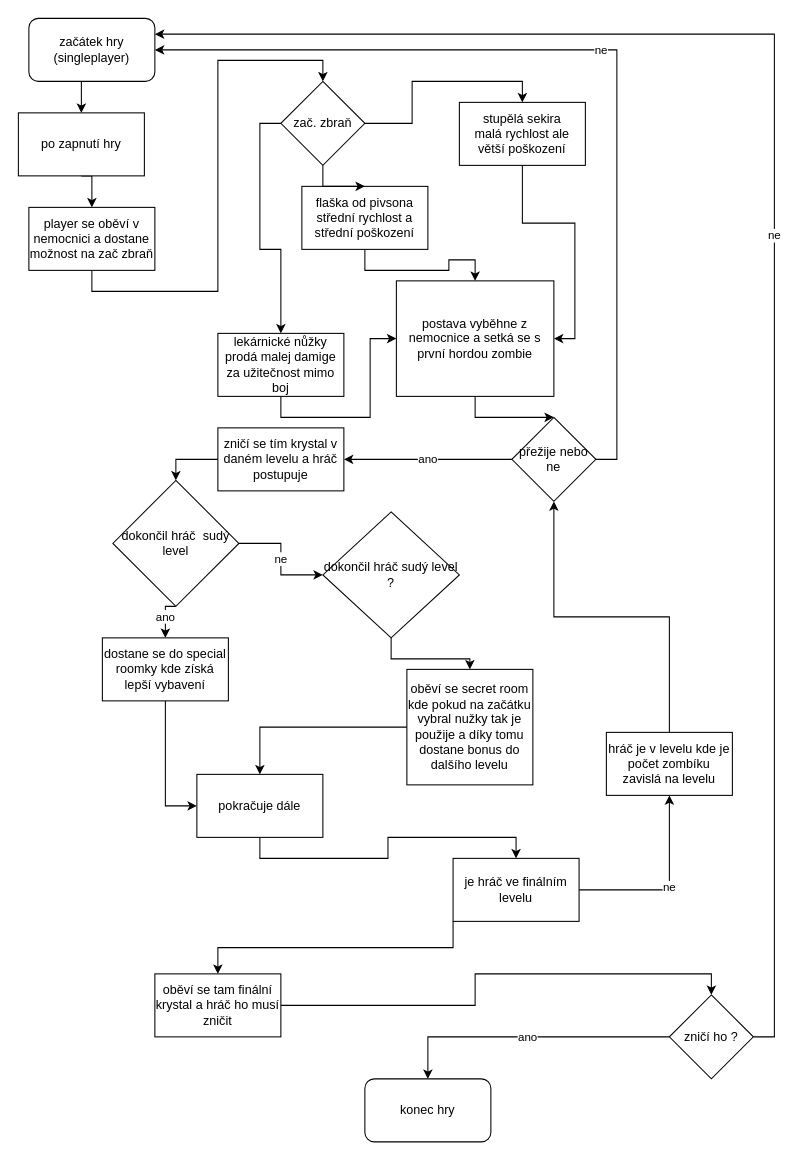
Above: novější web/Diagram crazy hry.drawio in flpjahoda/skupinovej-projekt (draw.io), before the change. Source tidied: cells renumbered, new cells numbered last; positions are measured from the earlier drawing's top-left corner, leaving out a move shared by most shapes. Both pictures are drawn from the tidied source at 105%, with x=0, y=0 at pixel (18, 18).
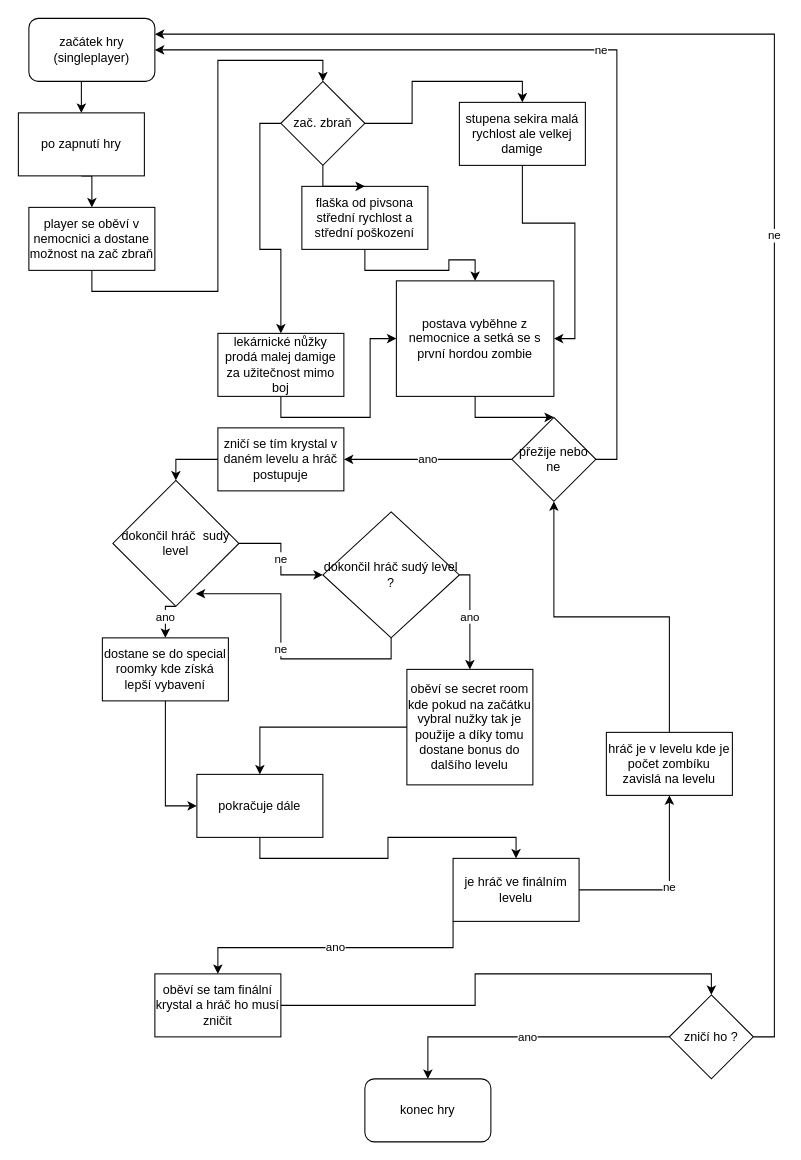
The same diagram, later.

Unchanged cells that the change refers to:
```xml
<mxCell id="27" value="dokončil hráč&amp;nbsp; sudý level" style="rhombus;whiteSpace=wrap;html=1;" parent="1" vertex="1">
  <mxGeometry x="90" y="440" width="120" height="120" as="geometry" />
</mxCell>
<mxCell id="34" value="je hráč ve finálním levelu" style="rounded=0;whiteSpace=wrap;html=1;" parent="1" vertex="1">
  <mxGeometry x="414" y="800" width="120" height="60" as="geometry" />
</mxCell>
<mxCell id="38" value="oběví se tam finální krystal a hráč ho musí zničit" style="rounded=0;whiteSpace=wrap;html=1;" parent="1" vertex="1">
  <mxGeometry x="130" y="910" width="120" height="60" as="geometry" />
</mxCell>
<mxCell id="44" value="dokončil hráč sudý level ?" style="rhombus;whiteSpace=wrap;html=1;" parent="1" vertex="1">
  <mxGeometry x="290" y="470" width="130" height="120" as="geometry" />
</mxCell>
<mxCell id="46" value="oběví se secret room kde pokud na začátku vybral nužky tak je použije a díky tomu dostane bonus do dalšího levelu" style="rounded=0;whiteSpace=wrap;html=1;" parent="1" vertex="1">
  <mxGeometry x="370" y="620" width="120" height="110" as="geometry" />
</mxCell>
```

Diff of the diagram source:
```diff
@@
-    <mxCell id="13" value="&lt;div&gt;stupělá sekira&lt;/div&gt;&lt;div&gt;malá rychlost ale větší poškození&lt;br&gt;&lt;/div&gt;" style="rounded=0;whiteSpace=wrap;html=1;" parent="1" vertex="1">
+    <mxCell id="13" value="stupena sekira malá rychlost ale velkej damige" style="rounded=0;whiteSpace=wrap;html=1;" parent="1" vertex="1">
       <mxGeometry x="420" y="80" width="120" height="60" as="geometry" />
     </mxCell>
@@
-    <mxCell id="33" style="edgeStyle=orthogonalEdgeStyle;rounded=0;jettySize=auto;html=1;exitX=0;exitY=1;exitDx=0;exitDy=0;entryX=0.5;entryY=0;entryDx=0;entryDy=0;" parent="1" edge="1" source="34" target="38">
+    <mxCell id="33" value="ano" style="edgeStyle=orthogonalEdgeStyle;rounded=0;jettySize=auto;html=1;exitX=0;exitY=1;exitDx=0;exitDy=0;entryX=0.5;entryY=0;entryDx=0;entryDy=0;" parent="1" edge="1" source="34" target="38">
       <mxGeometry relative="1" as="geometry" />
     </mxCell>
@@
-    <mxCell id="43" style="edgeStyle=orthogonalEdgeStyle;rounded=0;jettySize=auto;html=1;exitX=0.5;exitY=1;exitDx=0;exitDy=0;entryX=0.5;entryY=0;entryDx=0;entryDy=0;" parent="1" edge="1" source="44" target="46">
-      <mxGeometry relative="1" as="geometry" />
+    <mxCell id="43" value="ano" style="edgeStyle=orthogonalEdgeStyle;rounded=0;jettySize=auto;html=1;entryX=0.5;entryY=0;entryDx=0;entryDy=0;" parent="1" edge="1" source="44" target="46">
+      <mxGeometry relative="1" as="geometry">
+        <Array as="points">
+          <mxPoint x="430" y="530" />
+        </Array>
+      </mxGeometry>
     </mxCell>
@@
+    <mxCell id="47" value="ne" style="edgeStyle=orthogonalEdgeStyle;rounded=0;jettySize=auto;html=1;exitX=0.5;exitY=1;exitDx=0;exitDy=0;entryX=0.658;entryY=0.9;entryDx=0;entryDy=0;entryPerimeter=0;" parent="1" edge="1" source="44" target="27">
+      <mxGeometry relative="1" as="geometry" />
+    </mxCell>
```
